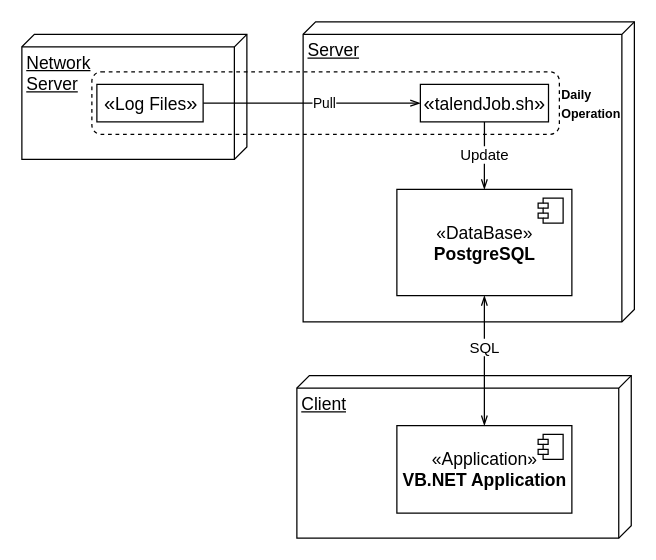
Earlier version of the draw.io diagram visualization_tool_flow.drawio (DrXneaky/Diagram). Source tidied: cells renumbered, new cells numbered last; positions are measured from the earlier drawing's top-left corner, leaving out a move shared by most shapes. Both pictures are drawn from the tidied source at 125%, with x=0, y=0 at pixel (21, 21).
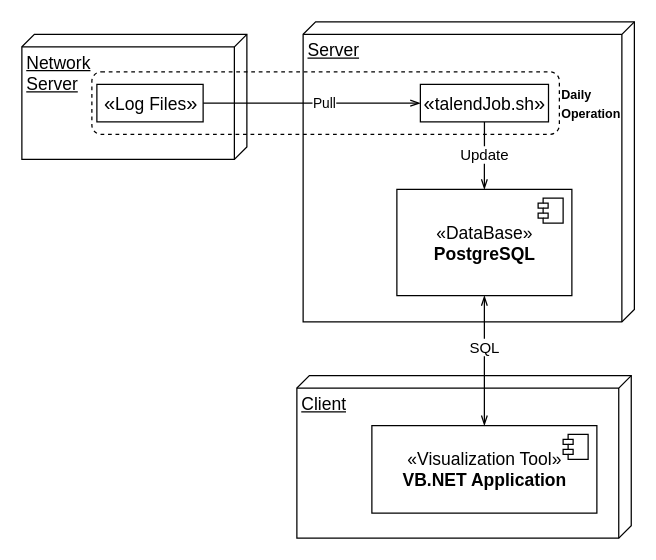
After the change.

Change to the diagram source:
```diff
@@
 <mxGraphModel>
   <root>
     <mxCell id="0" />
     <mxCell id="1" parent="0" />
     <mxCell id="2" value="&lt;font style=&quot;font-size: 14px&quot; face=&quot;Old Standard TT&quot;&gt;Server&lt;/font&gt;" style="verticalAlign=top;align=left;spacingTop=8;spacingLeft=2;spacingRight=12;shape=cube;size=10;direction=south;fontStyle=4;html=1;rounded=0;shadow=0;comic=0;labelBackgroundColor=none;strokeWidth=1;fontFamily=Verdana;fontSize=12;" parent="1" vertex="1">
       <mxGeometry x="225" width="265" height="240" as="geometry" />
     </mxCell>
     <mxCell id="3" value="&lt;font face=&quot;Old Standard TT&quot; style=&quot;font-size: 14px&quot;&gt;Network &lt;br&gt;Server&lt;/font&gt;" style="verticalAlign=top;align=left;spacingTop=8;spacingLeft=2;spacingRight=12;shape=cube;size=10;direction=south;fontStyle=4;html=1;rounded=0;shadow=0;comic=0;labelBackgroundColor=none;strokeWidth=1;fontFamily=Verdana;fontSize=12;" parent="1" vertex="1">
       <mxGeometry y="10" width="180" height="100" as="geometry" />
     </mxCell>
     <mxCell id="4" value="&lt;font face=&quot;Old Standard TT&quot; style=&quot;font-size: 14px&quot;&gt;Client&lt;br&gt;&lt;/font&gt;" style="verticalAlign=top;align=left;spacingTop=8;spacingLeft=2;spacingRight=12;shape=cube;size=10;direction=south;fontStyle=4;html=1;rounded=0;shadow=0;comic=0;labelBackgroundColor=none;strokeWidth=1;fontFamily=Verdana;fontSize=12;" parent="1" vertex="1">
       <mxGeometry x="220" y="283" width="267.5" height="130" as="geometry" />
     </mxCell>
     <mxCell id="5" value="&lt;span style=&quot;font-family: &amp;#34;old standard tt&amp;#34; ; font-size: 14px&quot;&gt;«DataBase»&lt;/span&gt;&lt;br style=&quot;font-family: &amp;#34;old standard tt&amp;#34; ; font-size: 14px&quot;&gt;&lt;b style=&quot;font-family: &amp;#34;old standard tt&amp;#34; ; font-size: 14px&quot;&gt;PostgreSQL&lt;/b&gt;" style="html=1;" parent="1" vertex="1">
       <mxGeometry x="300" y="134" width="140" height="85" as="geometry" />
     </mxCell>
     <mxCell id="6" style="shape=component;jettyWidth=8;jettyHeight=4;" parent="5" vertex="1">
       <mxGeometry x="1" width="20" height="20" relative="1" as="geometry">
         <mxPoint x="-27" y="7" as="offset" />
       </mxGeometry>
     </mxCell>
-    <mxCell id="7" value="&lt;font style=&quot;font-size: 14px&quot; face=&quot;Old Standard TT&quot;&gt;«Application»&lt;br&gt;&lt;b&gt;VB.NET Application&lt;/b&gt;&lt;br&gt;&lt;/font&gt;" style="html=1;" parent="1" vertex="1">
-      <mxGeometry x="300" y="323" width="140" height="70" as="geometry" />
+    <mxCell id="7" value="&lt;font style=&quot;font-size: 14px&quot; face=&quot;Old Standard TT&quot;&gt;«Visualization Tool»&lt;br&gt;&lt;b&gt;VB.NET Application&lt;/b&gt;&lt;br&gt;&lt;/font&gt;" style="html=1;" parent="1" vertex="1">
+      <mxGeometry x="280" y="323" width="180" height="70" as="geometry" />
     </mxCell>
     <mxCell id="8" style="shape=component;jettyWidth=8;jettyHeight=4;" parent="7" vertex="1">
       <mxGeometry x="1" width="20" height="20" relative="1" as="geometry">
         <mxPoint x="-27" y="7" as="offset" />
       </mxGeometry>
     </mxCell>
     <mxCell id="9" style="html=1;verticalAlign=bottom;endArrow=openThin;endFill=0;entryX=0;entryY=0.5;entryDx=0;entryDy=0;rounded=0;exitX=1;exitY=0.5;exitDx=0;exitDy=0;" parent="1" edge="1" source="13" target="14">
       <mxGeometry x="-0.25" relative="1" as="geometry" />
     </mxCell>
     <mxCell id="10" value="&lt;font face=&quot;Old Standard TT&quot;&gt;Pull&lt;/font&gt;" style="edgeLabel;html=1;align=center;verticalAlign=middle;" parent="9" vertex="1">
       <mxGeometry x="0.46" y="-1" relative="1" as="geometry">
         <mxPoint x="-30.8" y="-2" as="offset" />
       </mxGeometry>
     </mxCell>
     <mxCell id="11" value="&lt;font face=&quot;Old Standard TT&quot; style=&quot;font-size: 12px&quot;&gt;SQL&lt;/font&gt;" style="html=1;verticalAlign=bottom;endArrow=openThin;entryX=0.5;entryY=0;entryDx=0;entryDy=0;endFill=0;startArrow=openThin;startFill=0;" parent="1" edge="1" source="5" target="7">
       <mxGeometry x="-0.02" relative="1" as="geometry" />
     </mxCell>
     <mxCell id="12" value="&lt;font face=&quot;Old Standard TT&quot;&gt;&lt;span style=&quot;font-size: 12px&quot;&gt;Update&lt;/span&gt;&lt;/font&gt;" style="html=1;verticalAlign=bottom;endArrow=openThin;endFill=0;exitX=0.5;exitY=1;exitDx=0;exitDy=0;entryX=0.5;entryY=0;entryDx=0;entryDy=0;" parent="1" edge="1" source="14" target="5">
       <mxGeometry x="0.33" relative="1" as="geometry" />
     </mxCell>
     <mxCell id="13" value="&lt;font face=&quot;Old Standard TT&quot; style=&quot;font-size: 16px&quot;&gt;«&lt;/font&gt;&lt;font face=&quot;Old Standard TT&quot; style=&quot;font-size: 14px&quot;&gt;Log Files&lt;/font&gt;&lt;font face=&quot;Old Standard TT&quot;&gt;&lt;font style=&quot;font-size: 16px&quot;&gt;»&lt;/font&gt;&lt;/font&gt;&lt;span style=&quot;font-size: 8px&quot;&gt;&lt;br&gt;&lt;/span&gt;" style="text;html=1;align=center;verticalAlign=middle;dashed=0;fillColor=#ffffff;strokeColor=#000000;" parent="1" vertex="1">
       <mxGeometry x="60" y="50" width="85" height="30" as="geometry" />
     </mxCell>
     <mxCell id="14" value="&lt;font face=&quot;Old Standard TT&quot; style=&quot;font-size: 16px&quot;&gt;«&lt;/font&gt;&lt;font face=&quot;Old Standard TT&quot; style=&quot;font-size: 14px&quot;&gt;talendJob.sh&lt;/font&gt;&lt;font face=&quot;Old Standard TT&quot;&gt;&lt;font style=&quot;font-size: 16px&quot;&gt;»&lt;/font&gt;&lt;/font&gt;&lt;span style=&quot;font-size: 8px&quot;&gt;&lt;br&gt;&lt;/span&gt;" style="text;html=1;align=center;verticalAlign=middle;dashed=0;fillColor=#ffffff;strokeColor=#000000;" parent="1" vertex="1">
       <mxGeometry x="318.8" y="50" width="102.5" height="30" as="geometry" />
     </mxCell>
     <mxCell id="15" value="&lt;font face=&quot;Old Standard TT&quot; style=&quot;font-size: 10px&quot;&gt;&lt;b&gt;Daily &lt;br&gt;Operation&lt;/b&gt;&lt;/font&gt;" style="text;html=1;strokeColor=none;align=left;verticalAlign=middle;whiteSpace=wrap;rounded=0;dashed=1;" parent="1" vertex="1">
       <mxGeometry x="430" y="50" width="48" height="30" as="geometry" />
     </mxCell>
     <mxCell id="16" style="rounded=1;whiteSpace=wrap;html=1;fillColor=none;dashed=1;" parent="1" vertex="1">
       <mxGeometry x="56" y="40" width="374" height="50" as="geometry" />
     </mxCell>
   </root>
 </mxGraphModel>
```
